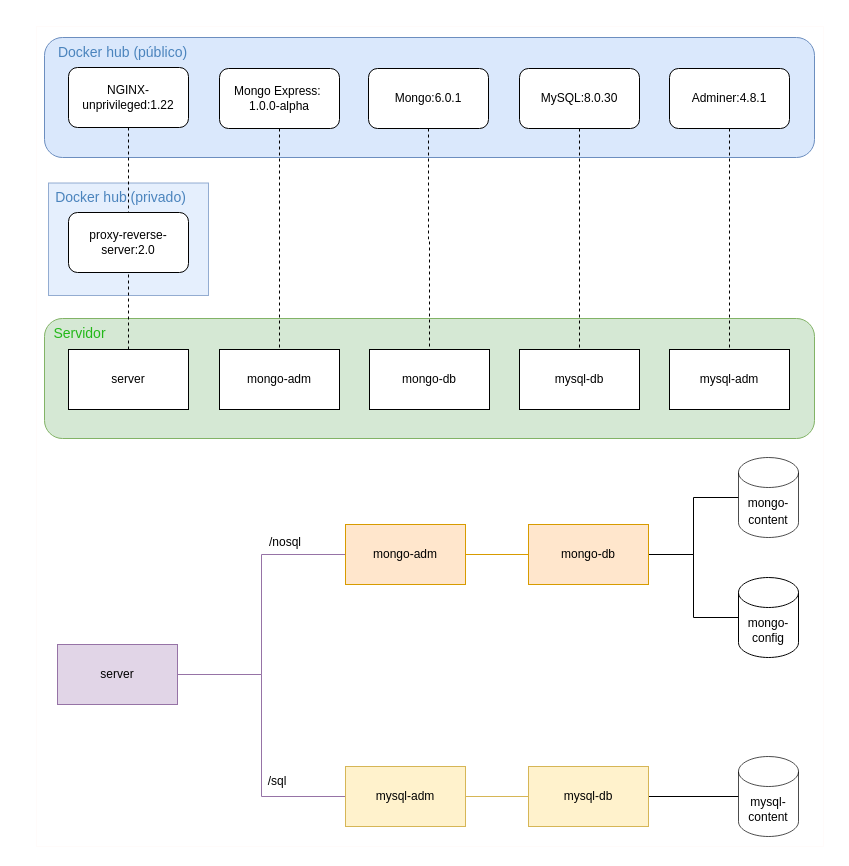
Above: system.drawio in vinipilan9999/docker-project (draw.io), before the change. Source tidied: cells renumbered, new cells numbered last; positions are measured from the earlier drawing's top-left corner, leaving out a move shared by most shapes. Both pictures are drawn from the tidied source at 100%, with x=0, y=0 at pixel (36, 26).
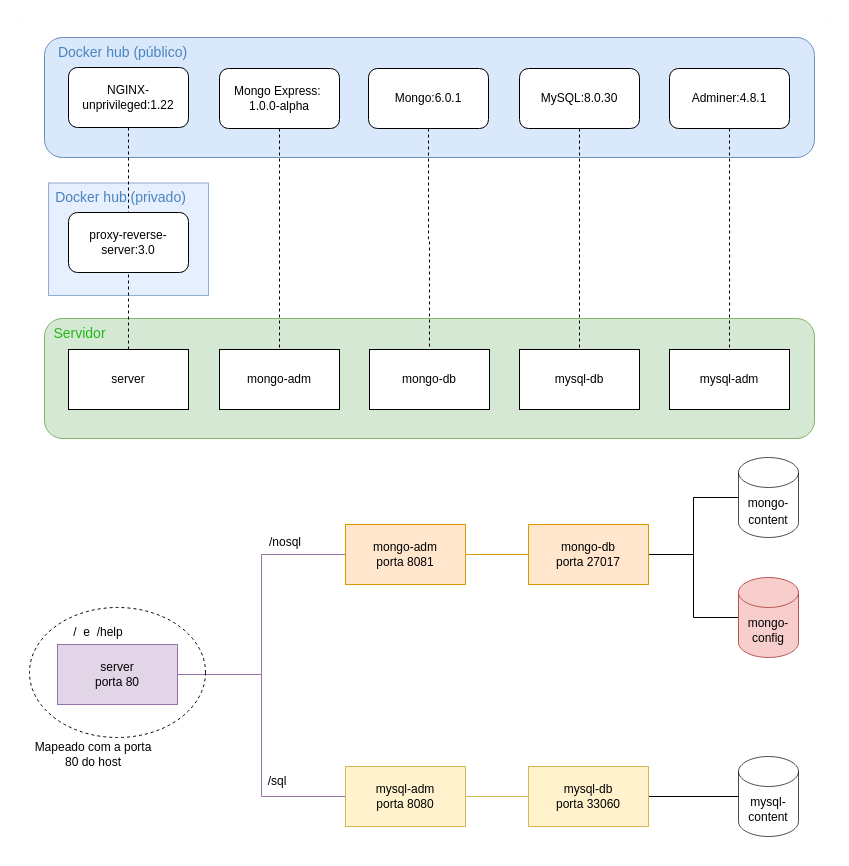
After the change.

Change to the diagram source:
```diff
@@
-    <mxCell id="18" value="server" style="rounded=0;whiteSpace=wrap;html=1;fillColor=#e1d5e7;strokeColor=#9673a6;" parent="1" vertex="1">
+    <mxCell id="18" value="server&lt;br&gt;porta 80" style="rounded=0;whiteSpace=wrap;html=1;fillColor=#e1d5e7;strokeColor=#9673a6;" parent="1" vertex="1">
       <mxGeometry x="21" y="618" width="120" height="60" as="geometry" />
     </mxCell>
@@
-    <mxCell id="20" value="mongo-adm" style="rounded=0;whiteSpace=wrap;html=1;fillColor=#ffe6cc;strokeColor=#d79b00;" parent="1" vertex="1">
+    <mxCell id="20" value="mongo-adm&lt;br&gt;porta 8081" style="rounded=0;whiteSpace=wrap;html=1;fillColor=#ffe6cc;strokeColor=#d79b00;" parent="1" vertex="1">
       <mxGeometry x="309" y="498" width="120" height="60" as="geometry" />
     </mxCell>
@@
-    <mxCell id="23" value="mongo-db" style="rounded=0;whiteSpace=wrap;html=1;fillColor=#ffe6cc;strokeColor=#d79b00;" parent="1" vertex="1">
+    <mxCell id="23" value="mongo-db&lt;br&gt;porta 27017" style="rounded=0;whiteSpace=wrap;html=1;fillColor=#ffe6cc;strokeColor=#d79b00;" parent="1" vertex="1">
       <mxGeometry x="492" y="498" width="120" height="60" as="geometry" />
     </mxCell>
@@
-    <mxCell id="25" value="mysql-db" style="rounded=0;whiteSpace=wrap;html=1;fillColor=#fff2cc;strokeColor=#d6b656;" parent="1" vertex="1">
+    <mxCell id="25" value="mysql-db&lt;br&gt;porta 33060" style="rounded=0;whiteSpace=wrap;html=1;fillColor=#fff2cc;strokeColor=#d6b656;" parent="1" vertex="1">
       <mxGeometry x="492" y="740" width="120" height="60" as="geometry" />
     </mxCell>
@@
-    <mxCell id="27" value="mysql-adm" style="rounded=0;whiteSpace=wrap;html=1;fillColor=#fff2cc;strokeColor=#d6b656;" parent="1" vertex="1">
+    <mxCell id="27" value="mysql-adm&lt;br&gt;porta 8080" style="rounded=0;whiteSpace=wrap;html=1;fillColor=#fff2cc;strokeColor=#d6b656;" parent="1" vertex="1">
       <mxGeometry x="309" y="740" width="120" height="60" as="geometry" />
     </mxCell>
@@
-    <mxCell id="33" value="proxy-reverse-server:2.0" style="rounded=1;whiteSpace=wrap;html=1;" parent="1" vertex="1">
+    <mxCell id="33" value="proxy-reverse-server:3.0" style="rounded=1;whiteSpace=wrap;html=1;" parent="1" vertex="1">
       <mxGeometry x="32" y="186" width="120" height="60" as="geometry" />
     </mxCell>
@@
-    <mxCell id="41" value="mongo-config" style="shape=cylinder3;whiteSpace=wrap;html=1;boundedLbl=1;backgroundOutline=1;size=15;" parent="1" vertex="1">
+    <mxCell id="41" value="mongo-config" style="shape=cylinder3;whiteSpace=wrap;html=1;boundedLbl=1;backgroundOutline=1;size=15;fillColor=#f8cecc;strokeColor=#b85450;" parent="1" vertex="1">
       <mxGeometry x="702" y="551" width="60" height="80" as="geometry" />
     </mxCell>
     <mxCell id="42" style="rounded=0;whiteSpace=wrap;html=1;fillColor=none;strokeColor=#FFFBFA;" parent="1" vertex="1">
-      <mxGeometry width="787" height="820" as="geometry" />
+      <mxGeometry x="-19" y="-9" width="814" height="831" as="geometry" />
     </mxCell>
+    <mxCell id="43" value="/&amp;nbsp; e&amp;nbsp; /help" style="text;html=1;strokeColor=none;fillColor=none;align=center;verticalAlign=middle;whiteSpace=wrap;rounded=0;" parent="1" vertex="1">
+      <mxGeometry x="32" y="591" width="60" height="30" as="geometry" />
+    </mxCell>
+    <mxCell id="44" style="ellipse;whiteSpace=wrap;html=1;dashed=1;fillColor=none;" parent="1" vertex="1">
+      <mxGeometry x="-7" y="581" width="176" height="130" as="geometry" />
+    </mxCell>
+    <mxCell id="45" value="Mapeado com a porta 80 do host" style="text;html=1;strokeColor=none;fillColor=none;align=center;verticalAlign=middle;whiteSpace=wrap;rounded=0;dashed=1;" parent="1" vertex="1">
+      <mxGeometry x="-3" y="713" width="120" height="30" as="geometry" />
+    </mxCell>
```
